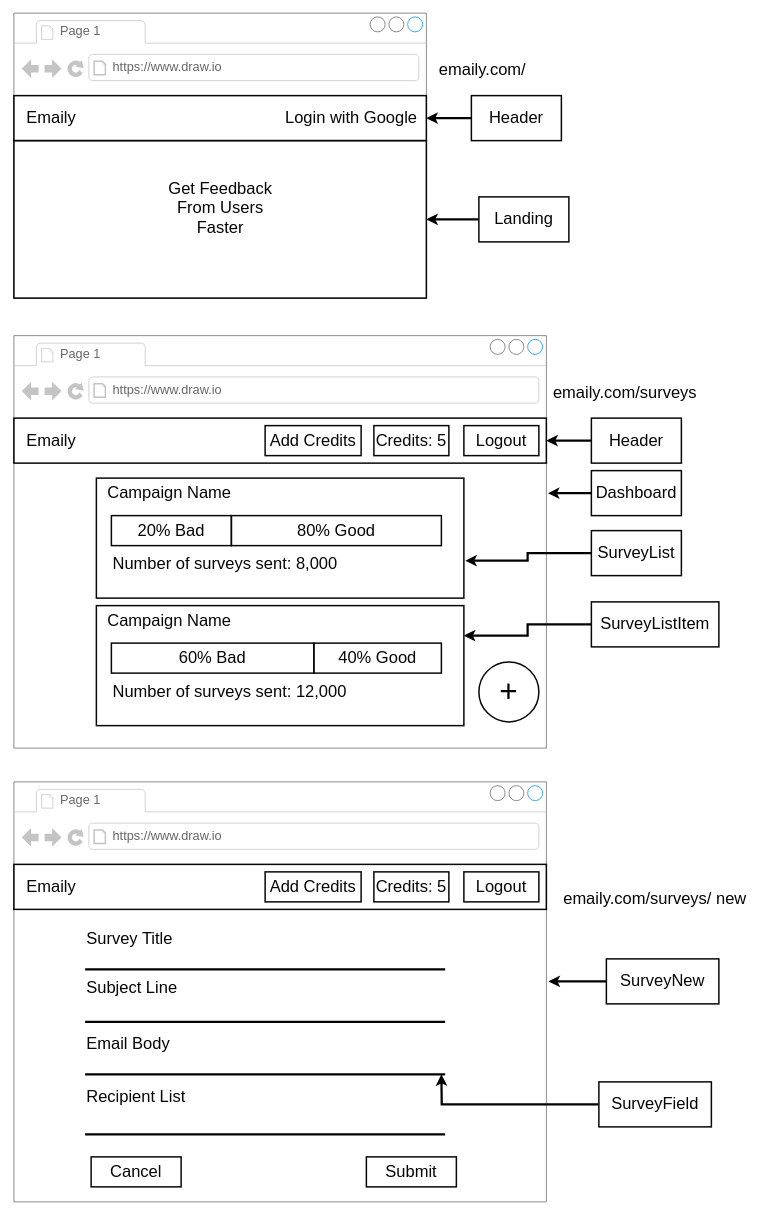
Earlier version of the draw.io diagram page "002 - components" (3 of 24) of diagrams/04/04.drawio (Moustamid/BoilerPlat). Source tidied: cells renumbered, new cells numbered last; positions are measured from the earlier drawing's top-left corner, leaving out a move shared by most shapes. Both pictures are drawn from the tidied source at 75%, with x=0, y=0 at pixel (14, 13).
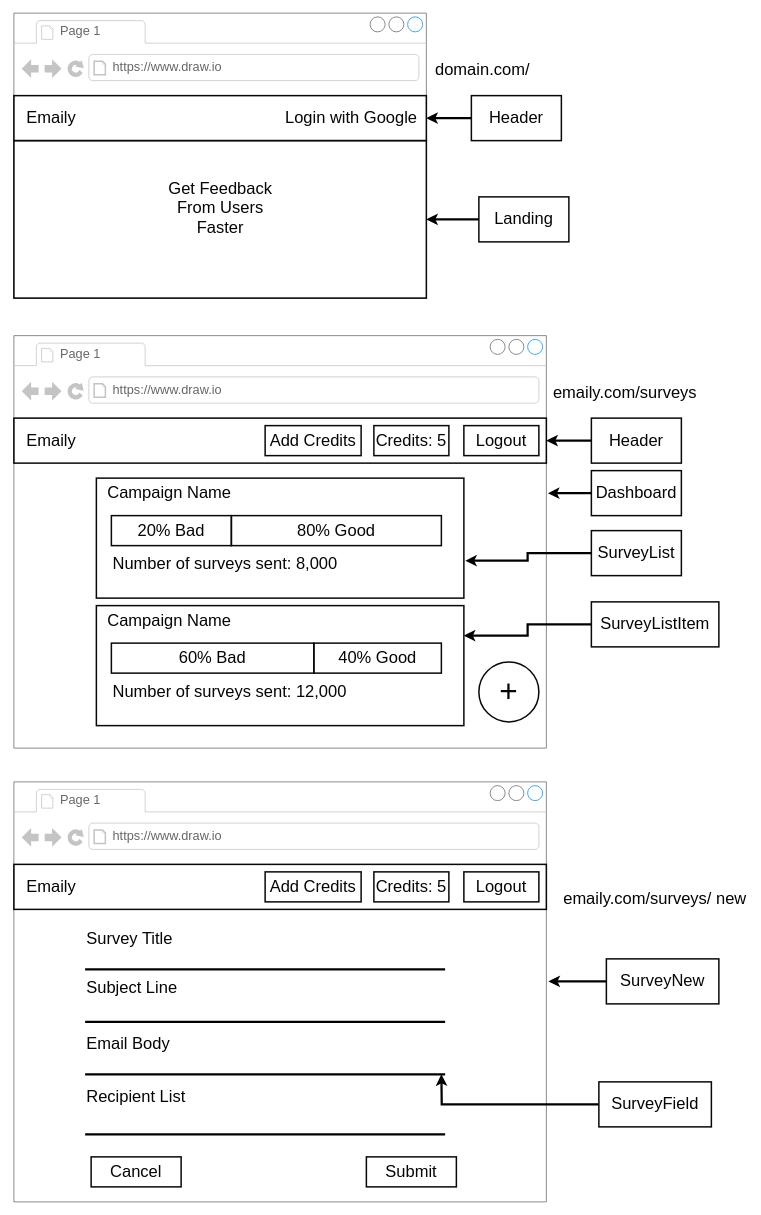
The same page after the edit.

The edit, as a diff of the source:
```diff
@@
-    <mxCell id="47" value="emaily.com/" style="text;html=1;strokeColor=none;fillColor=none;align=center;verticalAlign=middle;whiteSpace=wrap;rounded=0;shadow=0;labelBackgroundColor=none;fontSize=22;fontColor=#050505;" parent="1" vertex="1">
+    <mxCell id="47" value="domain.com/" style="text;html=1;strokeColor=none;fillColor=none;align=center;verticalAlign=middle;whiteSpace=wrap;rounded=0;shadow=0;labelBackgroundColor=none;fontSize=22;fontColor=#050505;" parent="1" vertex="1">
       <mxGeometry x="560" y="60" width="130" height="32" as="geometry" />
     </mxCell>
```
